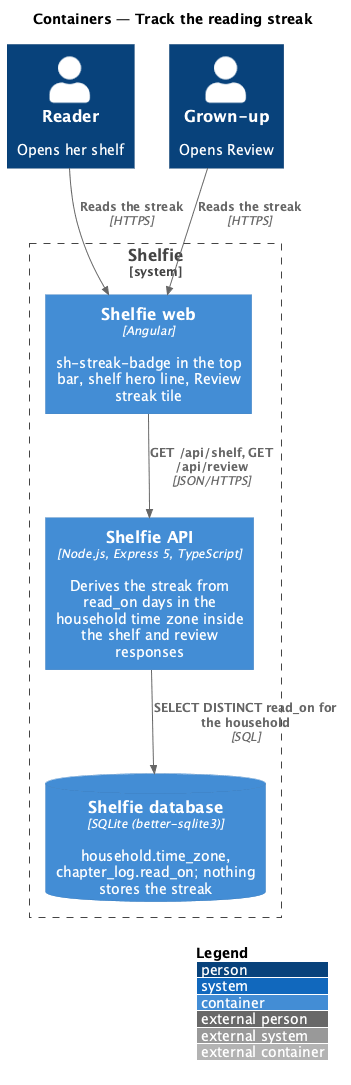
The PlantUML diagram docs/detailed-designs/reading-log/track-streak/diagrams/c4-container.png in QuinntyneBrown/shelfie, before a commit.
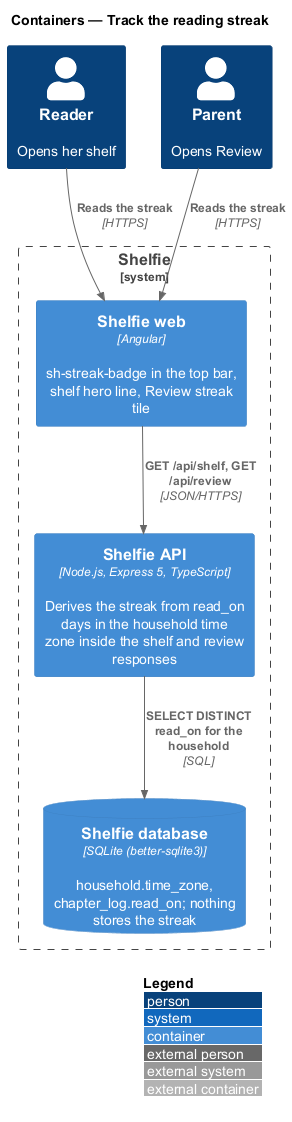
After the change.

Change to the diagram source:
```diff
@@ -4,7 +4,7 @@
 title Containers — Track the reading streak
 
 Person(reader, "Reader", "Opens her shelf")
-Person(grownUp, "Grown-up", "Opens Review")
+Person(grownUp, "Parent", "Opens Review")
 System_Boundary(shelfie, "Shelfie") {
   Container(web, "Shelfie web", "Angular", "sh-streak-badge in the top bar, shelf hero line, Review streak tile")
   Container(api, "Shelfie API", "Node.js, Express 5, TypeScript", "Derives the streak from read_on days in the household time zone inside the shelf and review responses")
```
